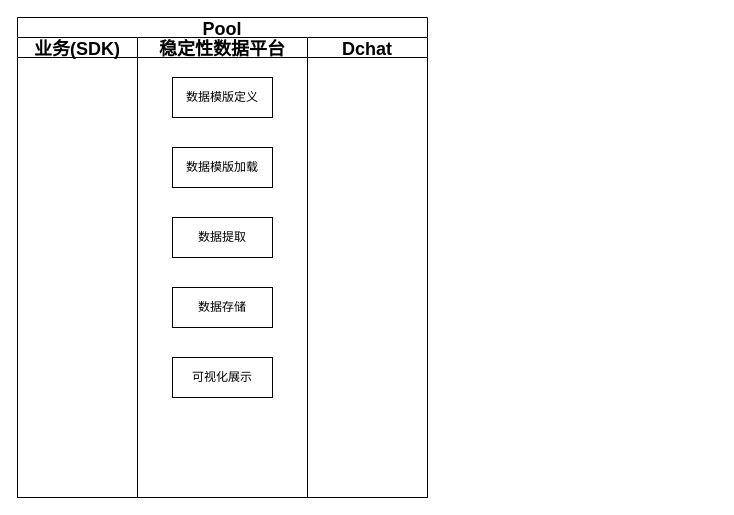
The draw.io diagram drawio/稳定性数据管理平台.drawio in xiaofang168/files, before the edit. Source tidied: cells renumbered, new cells numbered last; positions are measured from the earlier drawing's top-left corner, leaving out a move shared by most shapes. Both pictures are drawn from the tidied source at 100%, with x=0, y=0 at pixel (17, 17).
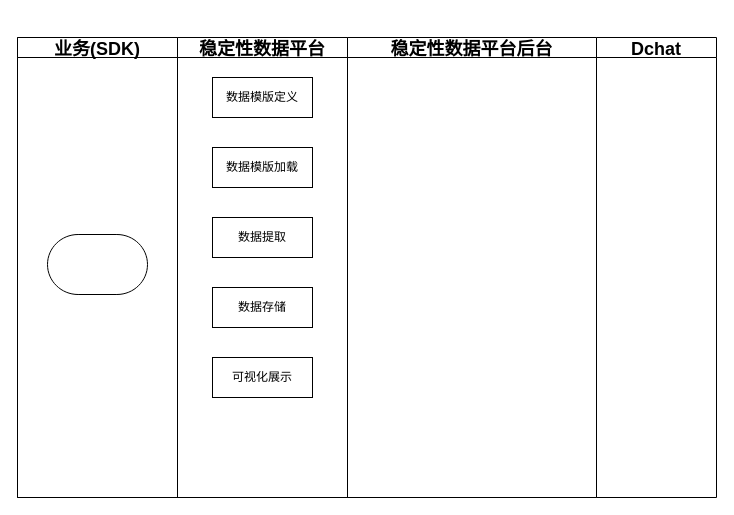
Above is the later version.

Commit message:
Update 稳定性数据管理平台交互流程.drawio

The edit, as a diff of the source:
```diff
@@
 <mxGraphModel>
   <root>
     <mxCell id="0" />
     <mxCell id="1" parent="0" />
-    <mxCell id="2" value="Pool" style="swimlane;startSize=20;rounded=0;shadow=0;glass=0;fontSize=18;strokeColor=default;strokeWidth=1;fillColor=default;" parent="1" vertex="1">
-      <mxGeometry width="410" height="480" as="geometry" />
+    <mxCell id="2" value="Pool" style="swimlane;startSize=20;rounded=0;shadow=0;glass=0;fontSize=18;strokeColor=default;strokeWidth=1;fillColor=default;noLabel=1;backgroundOutline=0;comic=0;enumerate=0;swimlaneBody=1;swimlaneHead=0;horizontal=1;swimlaneLine=1;" parent="1" vertex="1">
+      <mxGeometry width="330" height="480" as="geometry" />
     </mxCell>
     <mxCell id="3" value="业务(SDK)" style="swimlane;startSize=20;rounded=0;shadow=0;glass=0;fontSize=18;strokeColor=default;strokeWidth=1;fillColor=default;" parent="2" vertex="1">
-      <mxGeometry y="20" width="120" height="460" as="geometry" />
+      <mxGeometry y="20" width="160" height="460" as="geometry" />
     </mxCell>
+    <mxCell id="11" style="strokeWidth=1;html=1;shape=mxgraph.flowchart.terminator;whiteSpace=wrap;rounded=0;shadow=0;glass=0;comic=0;fontSize=18;fillColor=default;" parent="3" vertex="1">
+      <mxGeometry x="30" y="197" width="100" height="60" as="geometry" />
+    </mxCell>
     <mxCell id="4" value="稳定性数据平台" style="swimlane;startSize=20;rounded=0;shadow=0;glass=0;fontSize=18;strokeColor=default;strokeWidth=1;fillColor=default;" parent="2" vertex="1">
-      <mxGeometry x="120" y="20" width="170" height="460" as="geometry" />
+      <mxGeometry x="160" y="20" width="170" height="460" as="geometry" />
     </mxCell>
     <mxCell id="5" value="数据模版定义" style="rounded=0;whiteSpace=wrap;html=1;" parent="4" vertex="1">
       <mxGeometry x="35" y="40" width="100" height="40" as="geometry" />
     </mxCell>
     <mxCell id="6" value="数据模版加载" style="rounded=0;whiteSpace=wrap;html=1;" parent="4" vertex="1">
       <mxGeometry x="35" y="110" width="100" height="40" as="geometry" />
     </mxCell>
     <mxCell id="7" value="数据提取" style="rounded=0;whiteSpace=wrap;html=1;" parent="4" vertex="1">
       <mxGeometry x="35" y="180" width="100" height="40" as="geometry" />
     </mxCell>
     <mxCell id="8" value="数据存储" style="rounded=0;whiteSpace=wrap;html=1;" parent="4" vertex="1">
       <mxGeometry x="35" y="250" width="100" height="40" as="geometry" />
     </mxCell>
     <mxCell id="9" value="可视化展示" style="rounded=0;whiteSpace=wrap;html=1;" parent="4" vertex="1">
       <mxGeometry x="35" y="320" width="100" height="40" as="geometry" />
     </mxCell>
+    <mxCell id="12" value="稳定性数据平台后台" style="swimlane;startSize=20;rounded=0;shadow=0;glass=0;fontSize=18;strokeColor=default;strokeWidth=1;fillColor=default;" parent="1" vertex="1">
+      <mxGeometry x="330" y="20" width="249" height="460" as="geometry" />
+    </mxCell>
-    <mxCell id="10" value="Dchat" style="swimlane;startSize=20;rounded=0;shadow=0;glass=0;fontSize=18;strokeColor=default;strokeWidth=1;fillColor=default;" parent="2" vertex="1">
-      <mxGeometry x="290" y="20" width="120" height="460" as="geometry" />
+    <mxCell id="10" value="Dchat" style="swimlane;startSize=20;rounded=0;shadow=0;glass=0;fontSize=18;strokeColor=default;strokeWidth=1;fillColor=default;" parent="1" vertex="1">
+      <mxGeometry x="579" y="20" width="120" height="460" as="geometry" />
     </mxCell>
   </root>
 </mxGraphModel>
```
